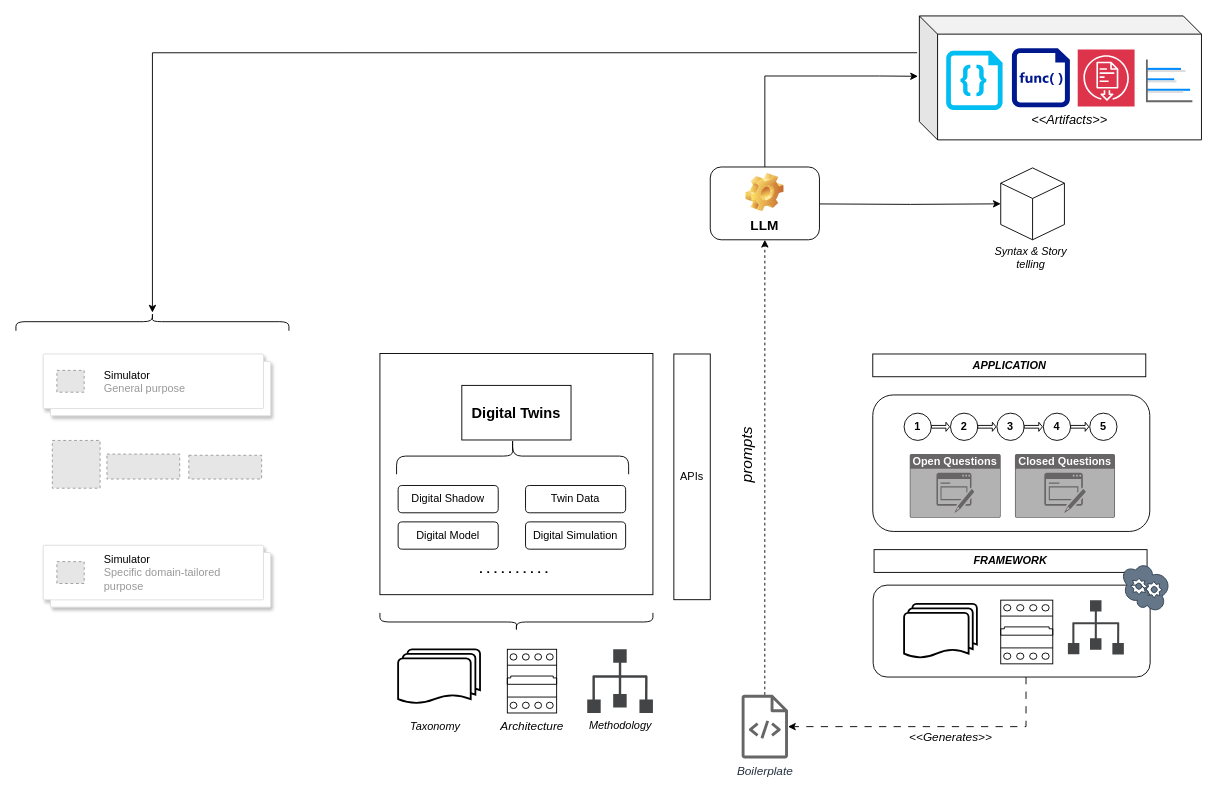
scrodrig/Diagrams keeps this draw.io diagram as drawio/mams/dd-twins/DDTwins_Architecture.drawio. Above is the earlier version. Source tidied: cells renumbered, new cells numbered last; positions are measured from the earlier drawing's top-left corner, leaving out a move shared by most shapes. Both pictures are drawn from the tidied source at 91%, with x=0, y=0 at pixel (43, 15). Pictures stored in the file or linked from it are replaced by grey dashed boxes.
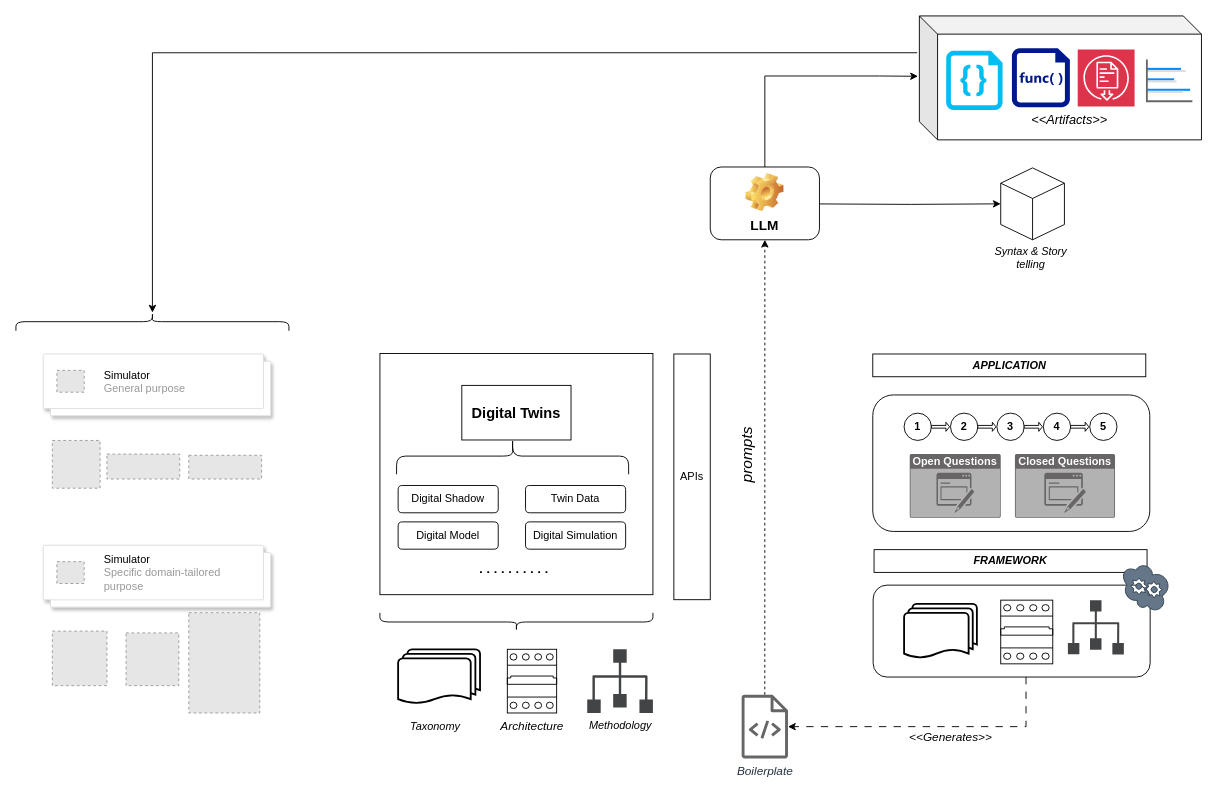
The same page after the edit.

Commit message:
Add specific domain sims logo

The edit, as a diff of the source:
```diff
@@
+    <mxCell id="62" style="fillColor=#E6E6E6;strokeColor=#999999;dashed=1;verticalLabelPosition=bottom;verticalAlign=top;" parent="1" vertex="1">
+      <mxGeometry x="10" y="676" width="60" height="60" as="geometry" />
+    </mxCell>
+    <mxCell id="63" style="fillColor=#E6E6E6;strokeColor=#999999;dashed=1;verticalLabelPosition=bottom;verticalAlign=top;" parent="1" vertex="1">
+      <mxGeometry x="91" y="678" width="58" height="58" as="geometry" />
+    </mxCell>
+    <mxCell id="64" style="fillColor=#E6E6E6;strokeColor=#999999;dashed=1;verticalLabelPosition=bottom;verticalAlign=top;" parent="1" vertex="1">
+      <mxGeometry x="160" y="655.8" width="78" height="110.2" as="geometry" />
+    </mxCell>
```
